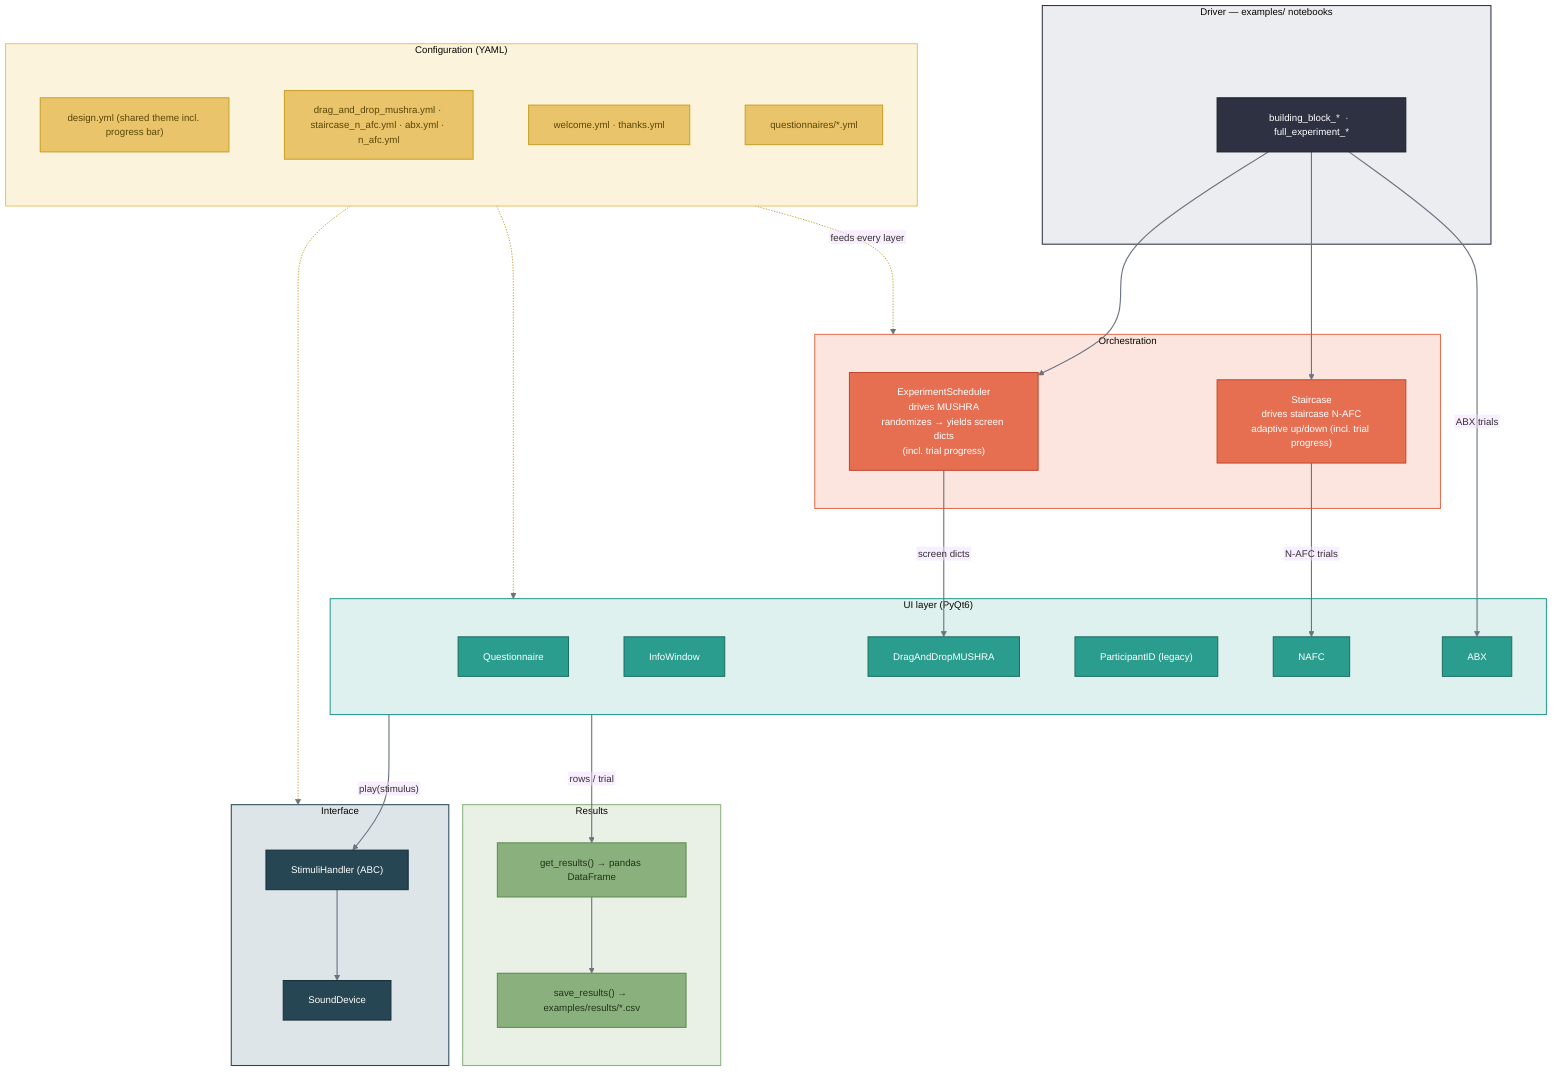
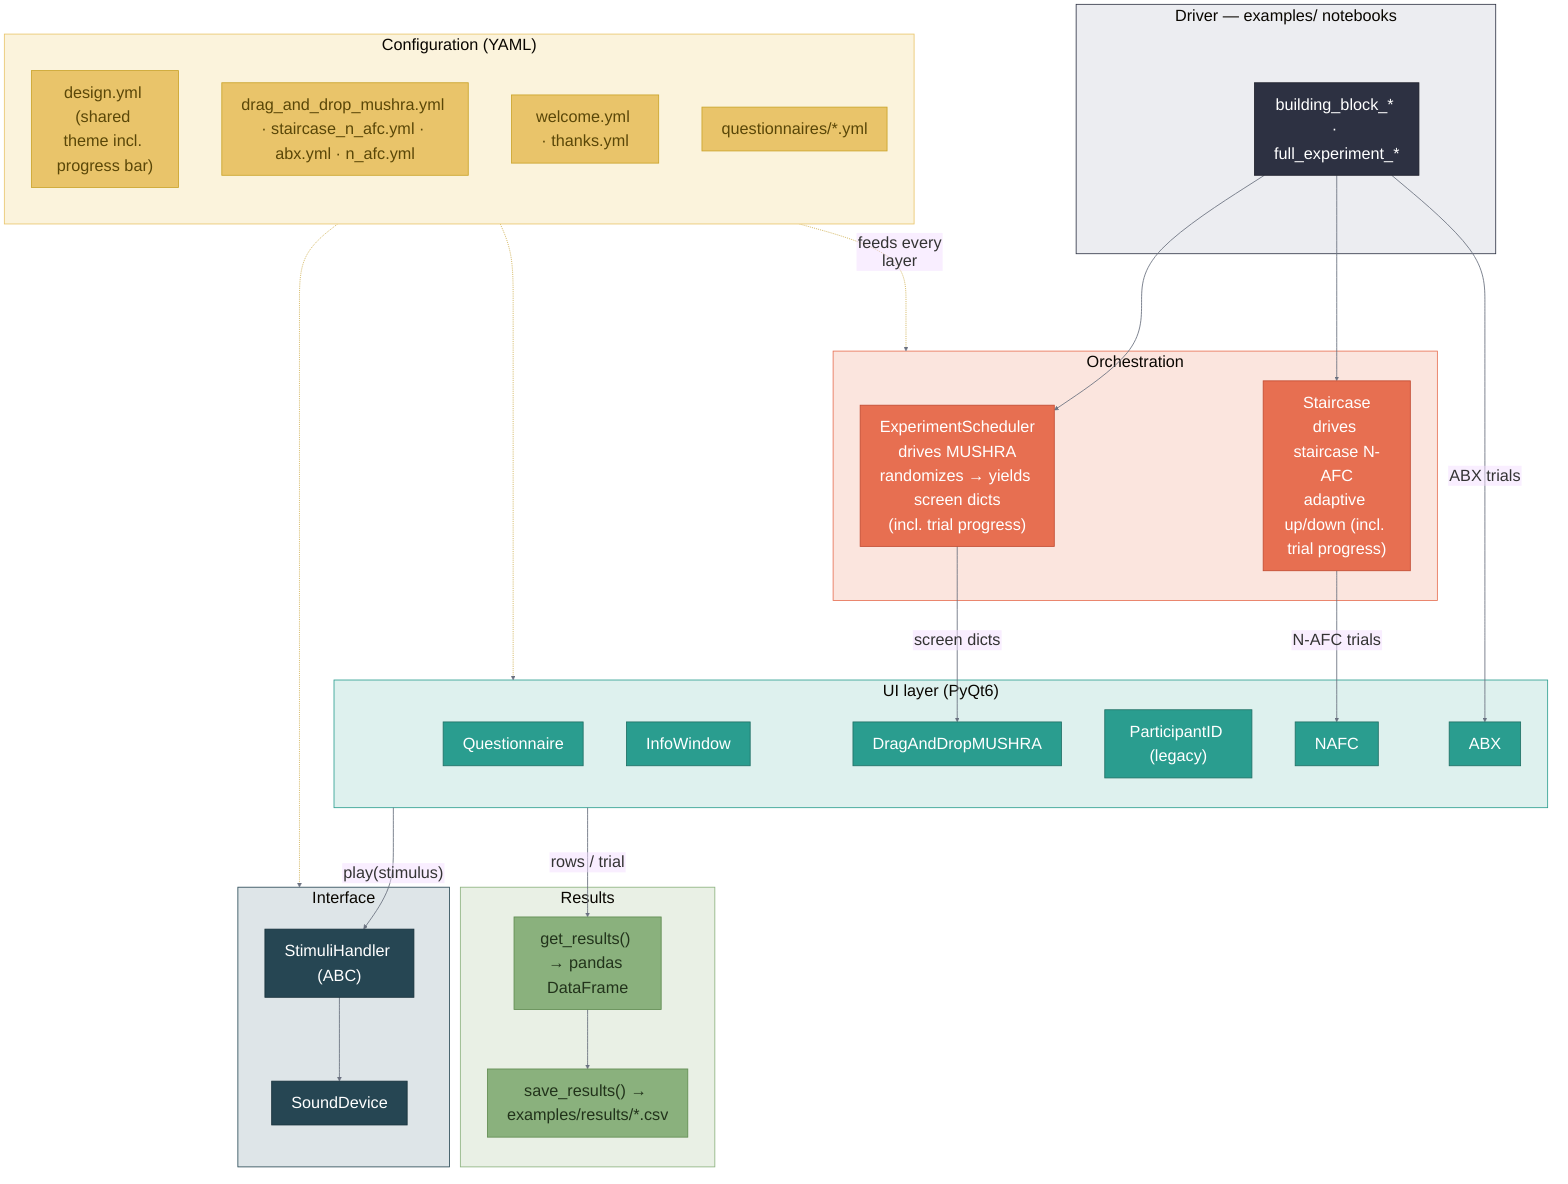
%% whispy architecture — paste into https://mermaid.live to export PNG/SVG
- %%{init: {"theme":"base","fontFamily":"Arial","themeVariables":{"fontFamily":"Arial","fontSize":"14px","lineColor":"#6b7280"},"flowchart":{"curve":"basis","nodeSpacing":80,"rankSpacing":110,"padding":18,"htmlLabels":false,"useMaxWidth":true}}}%%
+ %%{init: {"theme":"base","fontFamily":"Arial","themeVariables":{"fontFamily":"Arial","fontSize":"30px","lineColor":"#6b7280"},"flowchart":{"curve":"basis","nodeSpacing":80,"rankSpacing":110,"padding":18,"htmlLabels":false,"useMaxWidth":true}}}%%

flowchart TB
    subgraph DRV["Driver — examples/ notebooks"]
        NB["building_block_*  ·  full_experiment_*"]
    end

    subgraph CFG["Configuration (YAML)"]
        direction TB
        C1["design.yml (shared theme incl. progress bar)"]
        C2["drag_and_drop_mushra.yml · staircase_n_afc.yml · abx.yml · n_afc.yml"]
        C3["welcome.yml · thanks.yml"]
        C4["questionnaires/*.yml"]
    end

    subgraph ORCH["Orchestration"]
        SCH["ExperimentScheduler<br/>drives MUSHRA<br/>randomizes → yields screen dicts<br/>(incl. trial progress)"]
        STC["Staircase<br/>drives staircase N-AFC<br/>adaptive up/down (incl. trial progress)"]
    end

    subgraph UI["UI layer (PyQt6)"]
        QU["Questionnaire"]
        IN["InfoWindow"]
        MU["DragAndDropMUSHRA"]
        PI["ParticipantID (legacy)"]
        NA["NAFC"]
        AB["ABX"]
    end

    subgraph AUD["Interface"]
        SH["StimuliHandler (ABC)"]
        SD["SoundDevice"]
    end

    subgraph RES["Results"]
        GR["get_results() → pandas DataFrame"]
        SR["save_results() → examples/results/*.csv"]
    end


    NB --> SCH
    NB --> STC
    NB -->|"ABX trials"| AB
    SCH -->|"screen dicts"| MU
    STC -->|"N-AFC trials"| NA
    SH --> SD
    UI -->|"play(stimulus)"| SH
    UI -->|"rows / trial"| GR
    GR --> SR

    CFG -.-> AUD
    CFG -.-> UI
    CFG -. feeds every layer .-> ORCH

    classDef cfg fill:#E9C46A,stroke:#C9A227,stroke-width:1.5px,color:#5a4708;
    classDef orch fill:#E76F51,stroke:#c0492f,stroke-width:1.5px,color:#fff;
    classDef ui fill:#2A9D8F,stroke:#1f6f64,stroke-width:1.5px,color:#fff;
    classDef aud fill:#264653,stroke:#16303a,stroke-width:1.5px,color:#fff;
    classDef res fill:#8AB17D,stroke:#5e8a4f,stroke-width:1.5px,color:#22331b;
    classDef drv fill:#2D3142,stroke:#1b1d28,stroke-width:1.5px,color:#fff;
    class C1,C2,C3,C4 cfg;
    class SCH,STC orch;
    class MU,NA,AB,QU,IN,PI ui;
    class SH,SD aud;
    class GR,SR res;
    class NB drv;

    %% soft per-cluster background tints (a light wash of each group's colour)
    style DRV fill:#ECEDF1,stroke:#2D3142,stroke-width:1.5px,color:#2D3142;
    style CFG fill:#FBF3DC,stroke:#E9C46A,stroke-width:1.5px,color:#5a4708;
    style ORCH fill:#FBE5DE,stroke:#E76F51,stroke-width:1.5px,color:#7a2e1c;
    style UI fill:#DEF1EE,stroke:#2A9D8F,stroke-width:1.5px,color:#1f6f64;
    style AUD fill:#DEE5E8,stroke:#264653,stroke-width:1.5px,color:#264653;
    style RES fill:#E9F0E5,stroke:#8AB17D,stroke-width:1.5px,color:#3f5a33;

    %% edges: data flow in grey, the dotted config feeds in soft gold
    linkStyle default stroke:#6b7280,stroke-width:1.6px;
    linkStyle 9,10,11 stroke:#caa83f,stroke-width:1.4px;
